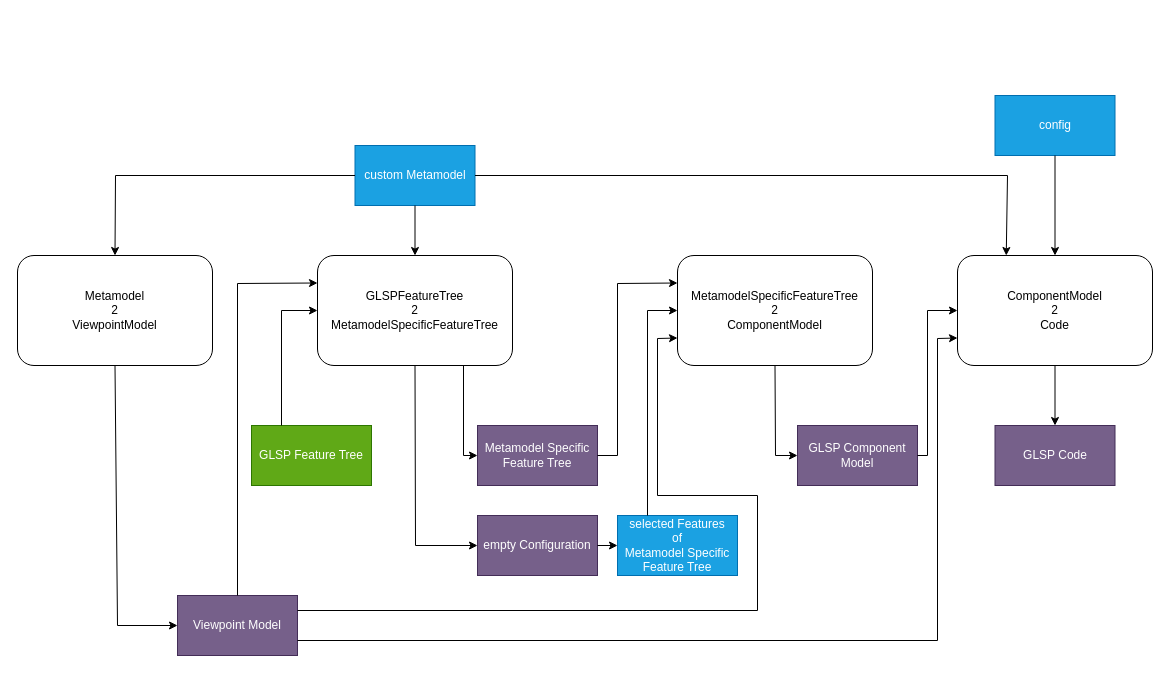
Botchi24/glsp keeps this draw.io diagram as page "Seite-3" (3 of 7) of diagrams/componentDiagram.drawio. Above is the earlier version. Source tidied: cells renumbered, new cells numbered last; positions are measured from the earlier drawing's top-left corner, leaving out a move shared by most shapes. Both pictures are drawn from the tidied source at 100%, with x=0, y=0 at pixel (17, 95).
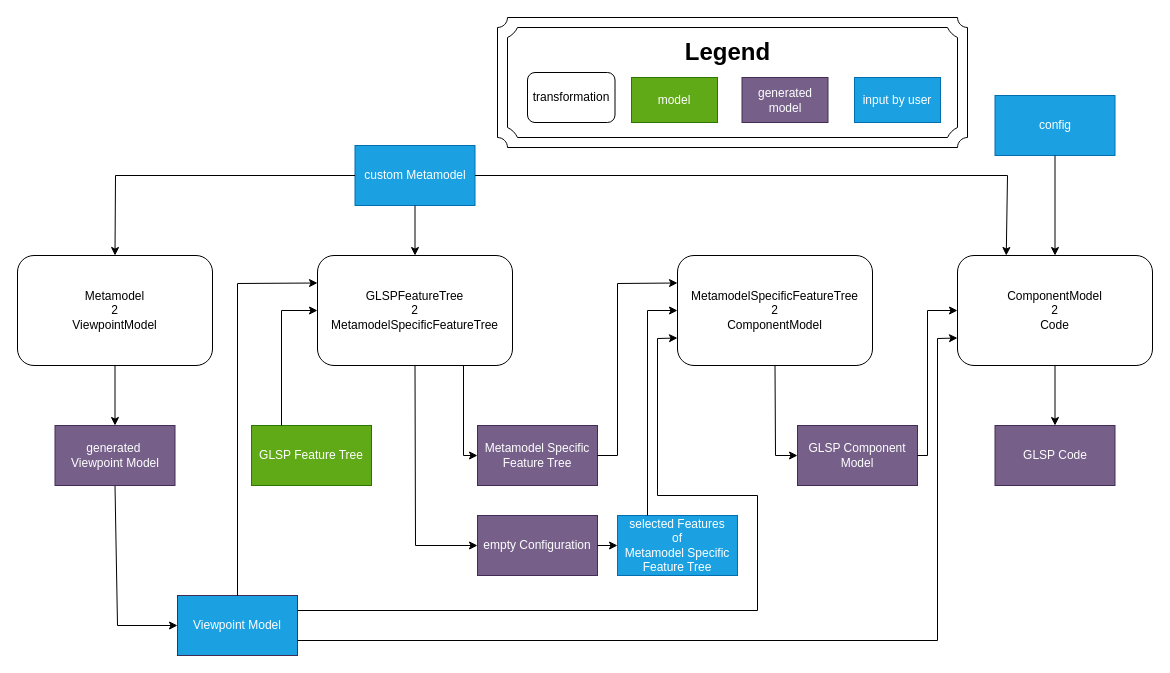
The same diagram, later.

Unchanged cells that the change refers to:
```xml
<mxCell id="23" value="Metamodel&lt;div&gt;2&lt;/div&gt;&lt;div&gt;ViewpointModel&lt;/div&gt;" style="rounded=1;whiteSpace=wrap;html=1;" parent="1" vertex="1">
  <mxGeometry y="160" width="195" height="110" as="geometry" />
</mxCell>
```

What changed in the source:
```diff
@@
-    <mxCell id="25" value="Viewpoint Model" style="rounded=0;whiteSpace=wrap;html=1;fillColor=#76608a;fontColor=#ffffff;strokeColor=#432D57;" parent="1" vertex="1">
+    <mxCell id="25" value="Viewpoint Model" style="rounded=0;whiteSpace=wrap;html=1;fillColor=#1ba1e2;fontColor=#ffffff;strokeColor=#432D57;" parent="1" vertex="1">
       <mxGeometry x="160" y="500" width="120" height="60" as="geometry" />
     </mxCell>
-    <mxCell id="26" style="endArrow=classic;html=1;rounded=0;exitX=0.5;exitY=1;exitDx=0;exitDy=0;noEdgeStyle=1;orthogonal=1;entryX=0;entryY=0.5;entryDx=0;entryDy=0;strokeColor=default;" parent="1" edge="1" source="23" target="25">
+    <mxCell id="26" style="endArrow=classic;html=1;rounded=0;exitX=0.5;exitY=1;exitDx=0;exitDy=0;noEdgeStyle=1;orthogonal=1;entryX=0;entryY=0.5;entryDx=0;entryDy=0;strokeColor=default;" parent="1" edge="1" source="38" target="25">
       <mxGeometry relative="1" as="geometry">
         <Array as="points">
           <mxPoint x="100" y="530" />
         </Array>
       </mxGeometry>
     </mxCell>
@@
+    <mxCell id="32" style="verticalLabelPosition=bottom;verticalAlign=top;html=1;shape=mxgraph.basic.plaque_frame;dx=10;whiteSpace=wrap;" parent="1" vertex="1">
+      <mxGeometry x="480" y="-78" width="470" height="130" as="geometry" />
+    </mxCell>
+    <mxCell id="33" value="transformation" style="rounded=1;whiteSpace=wrap;html=1;" parent="1" vertex="1">
+      <mxGeometry x="510" y="-23" width="87.5" height="50" as="geometry" />
+    </mxCell>
+    <mxCell id="34" value="model" style="rounded=0;whiteSpace=wrap;html=1;fillColor=#60a917;fontColor=#ffffff;strokeColor=#2D7600;" parent="1" vertex="1">
+      <mxGeometry x="614" y="-18" width="86" height="45" as="geometry" />
+    </mxCell>
+    <mxCell id="35" value="generated model" style="rounded=0;whiteSpace=wrap;html=1;fillColor=#76608a;fontColor=#ffffff;strokeColor=#432D57;" parent="1" vertex="1">
+      <mxGeometry x="724.5" y="-18" width="86" height="45" as="geometry" />
+    </mxCell>
+    <mxCell id="36" value="input by user" style="rounded=0;whiteSpace=wrap;html=1;fillColor=#1ba1e2;fontColor=#ffffff;strokeColor=#006EAF;" parent="1" vertex="1">
+      <mxGeometry x="837" y="-18" width="86" height="45" as="geometry" />
+    </mxCell>
+    <mxCell id="37" value="Legend" style="text;strokeColor=none;fillColor=none;html=1;fontSize=24;fontStyle=1;verticalAlign=middle;align=center;" parent="1" vertex="1">
+      <mxGeometry x="660" y="-63" width="100" height="40" as="geometry" />
+    </mxCell>
+    <mxCell id="38" value="generated&amp;nbsp;&lt;div&gt;Viewpoint Model&lt;/div&gt;" style="rounded=0;whiteSpace=wrap;html=1;fillColor=#76608a;fontColor=#ffffff;strokeColor=#432D57;" parent="1" vertex="1">
+      <mxGeometry x="37.5" y="330" width="120" height="60" as="geometry" />
+    </mxCell>
+    <mxCell id="39" style="endArrow=classic;html=1;rounded=0;exitX=0.5;exitY=1;exitDx=0;exitDy=0;noEdgeStyle=1;orthogonal=1;strokeColor=default;entryX=0.5;entryY=0;entryDx=0;entryDy=0;" parent="1" edge="1" source="23" target="38">
+      <mxGeometry relative="1" as="geometry" />
+    </mxCell>
```
